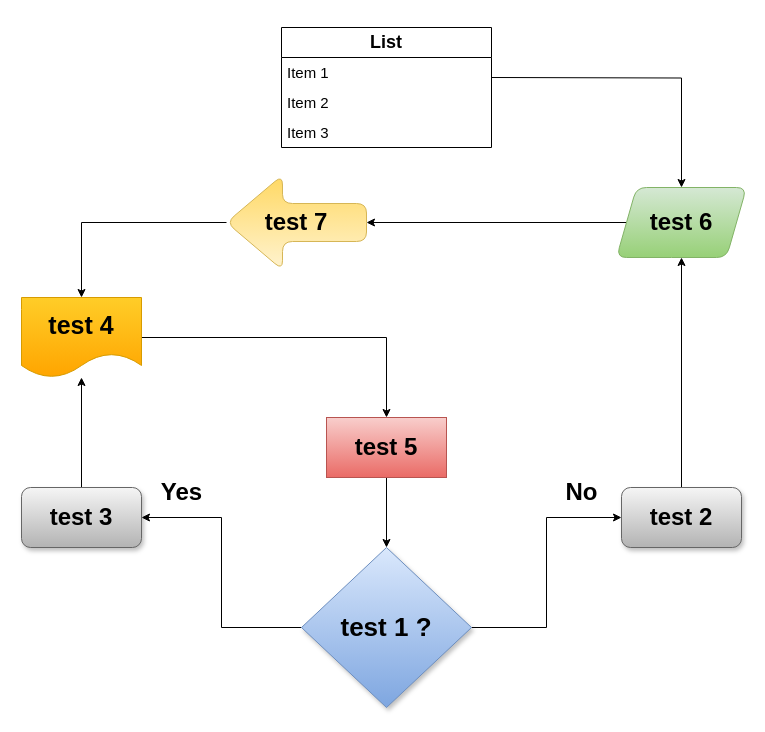
fq1y/for-instagram keeps this draw.io diagram as Untitled Diagram.drawio. Above is the earlier version. Source tidied: cells renumbered, new cells numbered last; positions are measured from the earlier drawing's top-left corner, leaving out a move shared by most shapes. Both pictures are drawn from the tidied source at 100%, with x=0, y=0 at pixel (21, 27).
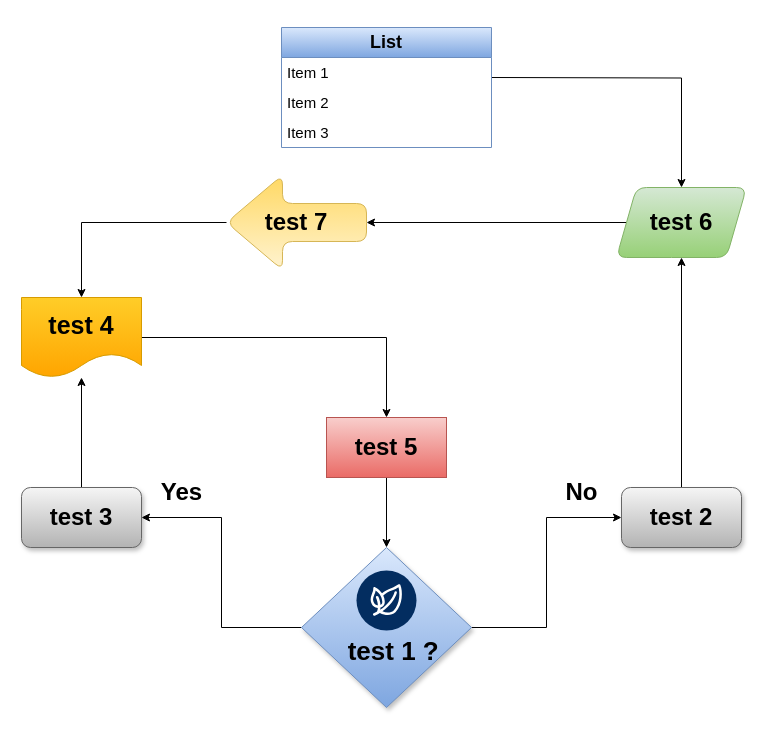
Above is the later version.

Diff of the diagram source:
```diff
@@
-    <mxCell id="5" value="&lt;h1 style=&quot;&quot;&gt;&lt;font face=&quot;Helvetica&quot; style=&quot;font-size: 26px;&quot;&gt;test 1 ?&lt;/font&gt;&lt;/h1&gt;" style="rhombus;whiteSpace=wrap;html=1;labelBackgroundColor=none;fillColor=#dae8fc;strokeColor=#6c8ebf;gradientColor=#7ea6e0;shadow=1;" parent="1" vertex="1">
+    <mxCell id="5" value="&lt;h1 style=&quot;&quot;&gt;&lt;font face=&quot;Helvetica&quot; style=&quot;font-size: 26px;&quot;&gt;&lt;br&gt;&lt;/font&gt;&lt;/h1&gt;&lt;h1 style=&quot;&quot;&gt;&lt;font face=&quot;Helvetica&quot; style=&quot;font-size: 26px;&quot;&gt;&amp;nbsp; test 1 ?&lt;/font&gt;&lt;/h1&gt;" style="rhombus;whiteSpace=wrap;html=1;labelBackgroundColor=none;fillColor=#dae8fc;strokeColor=#6c8ebf;gradientColor=#7ea6e0;shadow=1;" parent="1" vertex="1">
       <mxGeometry x="280" y="520" width="170" height="160" as="geometry" />
     </mxCell>
@@
-    <mxCell id="21" value="&lt;h2&gt;List&lt;/h2&gt;" style="swimlane;fontStyle=0;horizontal=1;startSize=30;whiteSpace=wrap;html=1;" parent="1" vertex="1">
+    <mxCell id="21" value="&lt;h2&gt;List&lt;/h2&gt;" style="swimlane;fontStyle=0;horizontal=1;startSize=30;whiteSpace=wrap;html=1;fillColor=#dae8fc;gradientColor=#7ea6e0;strokeColor=#6c8ebf;" parent="1" vertex="1">
       <mxGeometry x="260" width="210" height="120" as="geometry" />
     </mxCell>
@@
+    <mxCell id="25" style="verticalLabelPosition=bottom;html=1;shape=mxgraph.salesforce.sustainability2;" parent="1" vertex="1">
+      <mxGeometry x="335" y="543" width="60" height="60" as="geometry" />
+    </mxCell>
```
